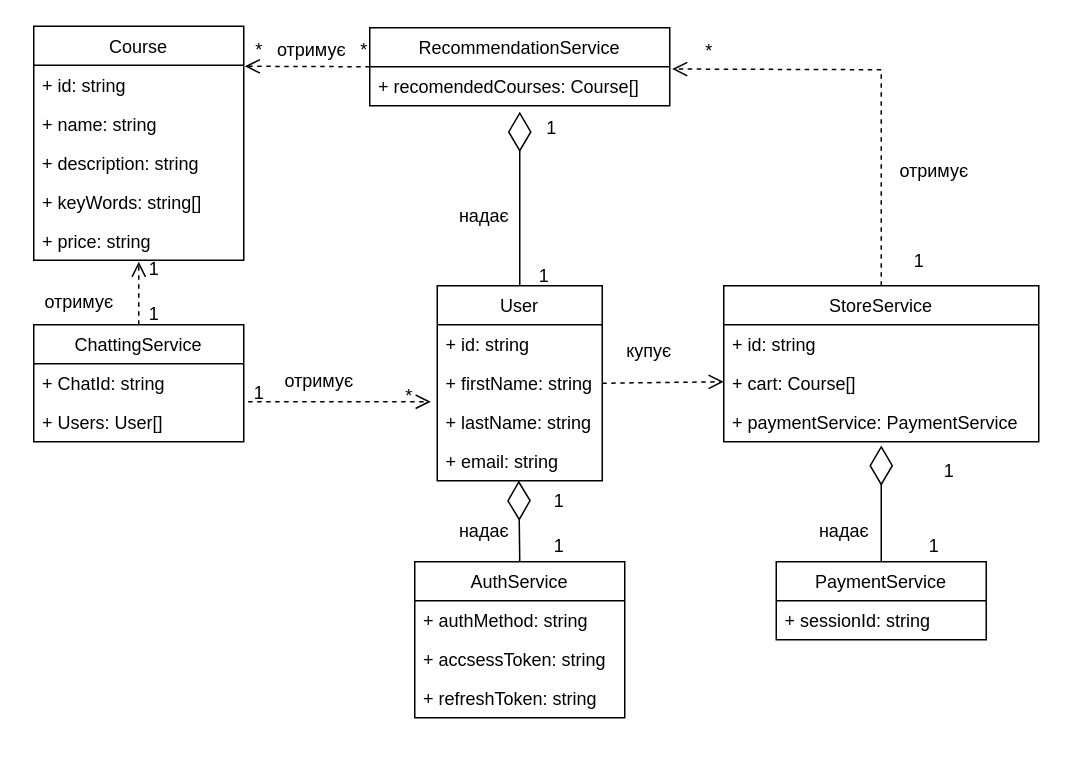
Before: 2-SoftwareDesign/2.1-UMLConceptClasses/UMLConceptClasses.drawio in oleksandrblazhko/ai202-bodnar, a draw.io diagram. Source tidied: cells renumbered, new cells numbered last; positions are measured from the earlier drawing's top-left corner, leaving out a move shared by most shapes. Both pictures are drawn from the tidied source at 150%, with x=0, y=0 at pixel (26, 26).
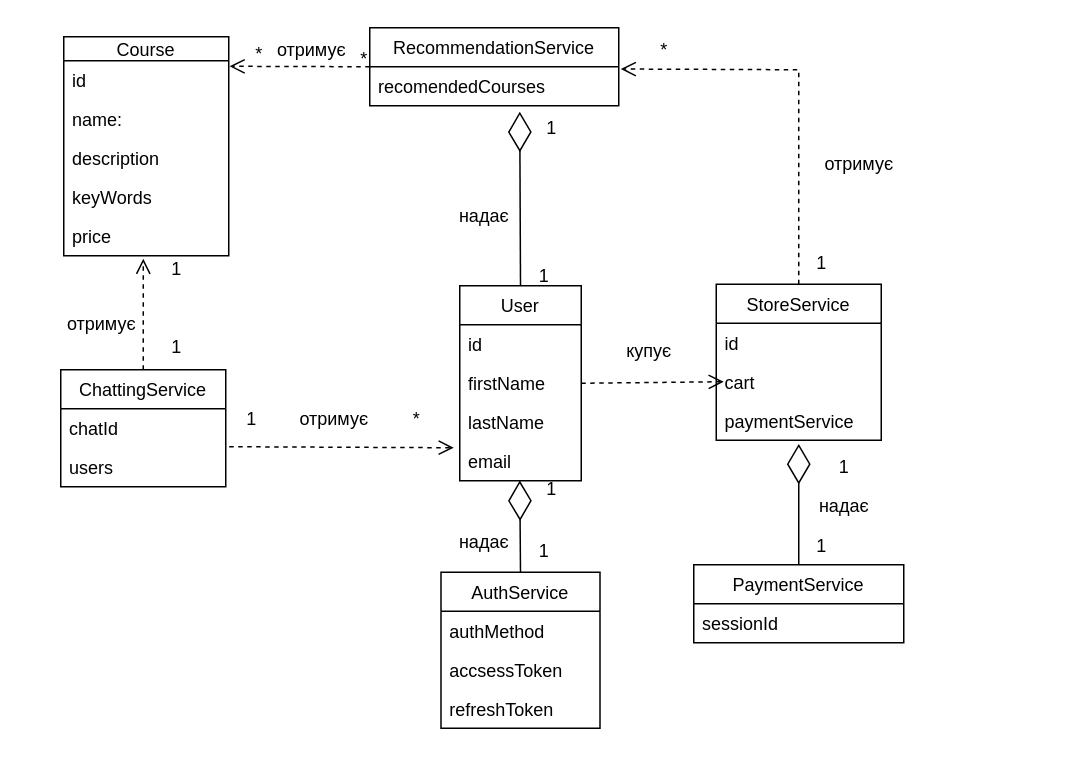
The same page after the edit.

Commit message (it also covers changes not shown here):
fix: uml concept classes diagram edited

Diff of the diagram source:
```diff
@@
+    <mxCell id="44" value="отримує" style="text;html=1;align=center;verticalAlign=middle;strokeColor=none;fillColor=none;" parent="1" vertex="1">
+      <mxGeometry x="155" y="1" width="70" height="30" as="geometry" />
+    </mxCell>
     <mxCell id="2" value="PaymentService" style="swimlane;fontStyle=0;horizontal=1;startSize=26;fillColor=none;" parent="1" vertex="1">
-      <mxGeometry x="500" y="357" width="140" height="52" as="geometry" />
+      <mxGeometry x="445" y="359" width="140" height="52" as="geometry" />
     </mxCell>
-    <mxCell id="3" value="+ sessionId: string" style="text;strokeColor=none;fillColor=none;align=left;verticalAlign=top;spacingLeft=4;spacingRight=4;overflow=hidden;" parent="2" vertex="1">
+    <mxCell id="3" value="sessionId" style="text;strokeColor=none;fillColor=none;align=left;verticalAlign=top;spacingLeft=4;spacingRight=4;overflow=hidden;" parent="2" vertex="1">
       <mxGeometry y="26" width="140" height="26" as="geometry" />
     </mxCell>
     <mxCell id="4" value="User" style="swimlane;fontStyle=0;horizontal=1;startSize=26;fillColor=none;" parent="1" vertex="1">
-      <mxGeometry x="274" y="173" width="110" height="130" as="geometry" />
+      <mxGeometry x="289" y="173" width="81" height="130" as="geometry" />
     </mxCell>
-    <mxCell id="5" value="+ id: string" style="text;strokeColor=none;fillColor=none;align=left;verticalAlign=top;spacingLeft=4;spacingRight=4;overflow=hidden;" parent="4" vertex="1">
-      <mxGeometry y="26" width="110" height="26" as="geometry" />
+    <mxCell id="5" value="id" style="text;strokeColor=none;fillColor=none;align=left;verticalAlign=top;spacingLeft=4;spacingRight=4;overflow=hidden;" parent="4" vertex="1">
+      <mxGeometry y="26" width="81" height="26" as="geometry" />
     </mxCell>
-    <mxCell id="6" value="+ firstName: string" style="text;strokeColor=none;fillColor=none;align=left;verticalAlign=top;spacingLeft=4;spacingRight=4;overflow=hidden;points=[[0,0.5],[1,0.5]];portConstraint=eastwest;" parent="4" vertex="1">
-      <mxGeometry y="52" width="110" height="26" as="geometry" />
+    <mxCell id="6" value="firstName" style="text;strokeColor=none;fillColor=none;align=left;verticalAlign=top;spacingLeft=4;spacingRight=4;overflow=hidden;points=[[0,0.5],[1,0.5]];portConstraint=eastwest;" parent="4" vertex="1">
+      <mxGeometry y="52" width="81" height="26" as="geometry" />
     </mxCell>
-    <mxCell id="7" value="+ lastName: string" style="text;strokeColor=none;fillColor=none;align=left;verticalAlign=top;spacingLeft=4;spacingRight=4;overflow=hidden;" parent="4" vertex="1">
-      <mxGeometry y="78" width="110" height="26" as="geometry" />
+    <mxCell id="7" value="lastName" style="text;strokeColor=none;fillColor=none;align=left;verticalAlign=top;spacingLeft=4;spacingRight=4;overflow=hidden;" parent="4" vertex="1">
+      <mxGeometry y="78" width="81" height="26" as="geometry" />
     </mxCell>
-    <mxCell id="8" value="+ email: string" style="text;strokeColor=none;fillColor=none;align=left;verticalAlign=top;spacingLeft=4;spacingRight=4;overflow=hidden;points=[[0,0.5],[1,0.5]];portConstraint=eastwest;" parent="4" vertex="1">
-      <mxGeometry y="104" width="110" height="26" as="geometry" />
+    <mxCell id="8" value="email" style="text;strokeColor=none;fillColor=none;align=left;verticalAlign=top;spacingLeft=4;spacingRight=4;overflow=hidden;points=[[0,0.5],[1,0.5]];portConstraint=eastwest;" parent="4" vertex="1">
+      <mxGeometry y="104" width="81" height="26" as="geometry" />
     </mxCell>
-    <mxCell id="9" value="Course" style="swimlane;fontStyle=0;horizontal=1;startSize=26;fillColor=none;" parent="1" vertex="1">
-      <mxGeometry x="5" width="140" height="156" as="geometry" />
+    <mxCell id="9" value="Course" style="swimlane;fontStyle=0;horizontal=1;startSize=16;fillColor=none;" parent="1" vertex="1">
+      <mxGeometry x="25" y="7" width="110" height="146" as="geometry" />
     </mxCell>
-    <mxCell id="10" value="+ id: string" style="text;strokeColor=none;fillColor=none;align=left;verticalAlign=top;spacingLeft=4;spacingRight=4;overflow=hidden;points=[[0,0.5],[1,0.5]];portConstraint=eastwest;" parent="9" vertex="1">
-      <mxGeometry y="26" width="140" height="26" as="geometry" />
+    <mxCell id="10" value="id" style="text;strokeColor=none;fillColor=none;align=left;verticalAlign=top;spacingLeft=4;spacingRight=4;overflow=hidden;points=[[0,0.5],[1,0.5]];portConstraint=eastwest;" parent="9" vertex="1">
+      <mxGeometry y="16" width="110" height="26" as="geometry" />
     </mxCell>
-    <mxCell id="11" value="+ name: string" style="text;strokeColor=none;fillColor=none;align=left;verticalAlign=top;spacingLeft=4;spacingRight=4;overflow=hidden;" parent="9" vertex="1">
-      <mxGeometry y="52" width="140" height="26" as="geometry" />
+    <mxCell id="11" value="name:" style="text;strokeColor=none;fillColor=none;align=left;verticalAlign=top;spacingLeft=4;spacingRight=4;overflow=hidden;" parent="9" vertex="1">
+      <mxGeometry y="42" width="110" height="26" as="geometry" />
     </mxCell>
-    <mxCell id="12" value="+ description: string&#10;" style="text;strokeColor=none;fillColor=none;align=left;verticalAlign=top;spacingLeft=4;spacingRight=4;overflow=hidden;" parent="9" vertex="1">
-      <mxGeometry y="78" width="140" height="26" as="geometry" />
+    <mxCell id="12" value="description&#10;" style="text;strokeColor=none;fillColor=none;align=left;verticalAlign=top;spacingLeft=4;spacingRight=4;overflow=hidden;" parent="9" vertex="1">
+      <mxGeometry y="68" width="110" height="26" as="geometry" />
     </mxCell>
-    <mxCell id="13" value="+ keyWords: string[]" style="text;strokeColor=none;fillColor=none;align=left;verticalAlign=top;spacingLeft=4;spacingRight=4;overflow=hidden;" parent="9" vertex="1">
-      <mxGeometry y="104" width="140" height="26" as="geometry" />
+    <mxCell id="13" value="keyWords" style="text;strokeColor=none;fillColor=none;align=left;verticalAlign=top;spacingLeft=4;spacingRight=4;overflow=hidden;" parent="9" vertex="1">
+      <mxGeometry y="94" width="110" height="26" as="geometry" />
     </mxCell>
-    <mxCell id="14" value="+ price: string" style="text;strokeColor=none;fillColor=none;align=left;verticalAlign=top;spacingLeft=4;spacingRight=4;overflow=hidden;points=[[0,0.5],[1,0.5]];portConstraint=eastwest;" parent="9" vertex="1">
-      <mxGeometry y="130" width="140" height="26" as="geometry" />
+    <mxCell id="14" value="price" style="text;strokeColor=none;fillColor=none;align=left;verticalAlign=top;spacingLeft=4;spacingRight=4;overflow=hidden;points=[[0,0.5],[1,0.5]];portConstraint=eastwest;" parent="9" vertex="1">
+      <mxGeometry y="120" width="110" height="26" as="geometry" />
     </mxCell>
     <mxCell id="15" value="StoreService" style="swimlane;fontStyle=0;horizontal=1;startSize=26;fillColor=none;" parent="1" vertex="1">
-      <mxGeometry x="465" y="173" width="210" height="104" as="geometry" />
+      <mxGeometry x="460" y="172" width="110" height="104" as="geometry" />
     </mxCell>
-    <mxCell id="16" value="+ id: string" style="text;strokeColor=none;fillColor=none;align=left;verticalAlign=top;spacingLeft=4;spacingRight=4;overflow=hidden;" parent="15" vertex="1">
-      <mxGeometry y="26" width="210" height="26" as="geometry" />
+    <mxCell id="16" value="id" style="text;strokeColor=none;fillColor=none;align=left;verticalAlign=top;spacingLeft=4;spacingRight=4;overflow=hidden;" parent="15" vertex="1">
+      <mxGeometry y="26" width="110" height="26" as="geometry" />
     </mxCell>
-    <mxCell id="17" value="+ cart: Course[]&#10;" style="text;strokeColor=none;fillColor=none;align=left;verticalAlign=top;spacingLeft=4;spacingRight=4;overflow=hidden;" parent="15" vertex="1">
-      <mxGeometry y="52" width="210" height="26" as="geometry" />
+    <mxCell id="17" value="cart&#10;" style="text;strokeColor=none;fillColor=none;align=left;verticalAlign=top;spacingLeft=4;spacingRight=4;overflow=hidden;" parent="15" vertex="1">
+      <mxGeometry y="52" width="110" height="26" as="geometry" />
     </mxCell>
-    <mxCell id="18" value="+ paymentService: PaymentService" style="text;strokeColor=none;fillColor=none;align=left;verticalAlign=top;spacingLeft=4;spacingRight=4;overflow=hidden;points=[[0,0.5],[1,0.5]];portConstraint=eastwest;" parent="15" vertex="1">
-      <mxGeometry y="78" width="210" height="26" as="geometry" />
+    <mxCell id="18" value="paymentService" style="text;strokeColor=none;fillColor=none;align=left;verticalAlign=top;spacingLeft=4;spacingRight=4;overflow=hidden;points=[[0,0.5],[1,0.5]];portConstraint=eastwest;" parent="15" vertex="1">
+      <mxGeometry y="78" width="110" height="26" as="geometry" />
     </mxCell>
     <mxCell id="19" style="html=1;verticalAlign=bottom;endArrow=open;dashed=1;endSize=8;rounded=0;exitX=0.5;exitY=0;exitDx=0;exitDy=0;entryX=1.008;entryY=0.058;entryDx=0;entryDy=0;entryPerimeter=0;" parent="1" edge="1" source="15" target="27">
       <mxGeometry relative="1" as="geometry">
         <Array as="points">
-          <mxPoint x="570" y="29" />
+          <mxPoint x="515" y="29" />
         </Array>
       </mxGeometry>
     </mxCell>
     <mxCell id="20" value="AuthService" style="swimlane;fontStyle=0;horizontal=1;startSize=26;fillColor=none;" parent="1" vertex="1">
-      <mxGeometry x="259" y="357" width="140" height="104" as="geometry" />
+      <mxGeometry x="276.5" y="364" width="106" height="104" as="geometry" />
     </mxCell>
-    <mxCell id="21" value="+ authMethod: string" style="text;strokeColor=none;fillColor=none;align=left;verticalAlign=top;spacingLeft=4;spacingRight=4;overflow=hidden;" parent="20" vertex="1">
-      <mxGeometry y="26" width="140" height="26" as="geometry" />
+    <mxCell id="21" value="authMethod" style="text;strokeColor=none;fillColor=none;align=left;verticalAlign=top;spacingLeft=4;spacingRight=4;overflow=hidden;" parent="20" vertex="1">
+      <mxGeometry y="26" width="106" height="26" as="geometry" />
     </mxCell>
-    <mxCell id="22" value="+ accsessToken: string" style="text;strokeColor=none;fillColor=none;align=left;verticalAlign=top;spacingLeft=4;spacingRight=4;overflow=hidden;" parent="20" vertex="1">
-      <mxGeometry y="52" width="140" height="26" as="geometry" />
+    <mxCell id="22" value="accsessToken" style="text;strokeColor=none;fillColor=none;align=left;verticalAlign=top;spacingLeft=4;spacingRight=4;overflow=hidden;" parent="20" vertex="1">
+      <mxGeometry y="52" width="106" height="26" as="geometry" />
     </mxCell>
-    <mxCell id="23" value="+ refreshToken: string" style="text;strokeColor=none;fillColor=none;align=left;verticalAlign=top;spacingLeft=4;spacingRight=4;overflow=hidden;" parent="20" vertex="1">
-      <mxGeometry y="78" width="140" height="26" as="geometry" />
+    <mxCell id="23" value="refreshToken" style="text;strokeColor=none;fillColor=none;align=left;verticalAlign=top;spacingLeft=4;spacingRight=4;overflow=hidden;" parent="20" vertex="1">
+      <mxGeometry y="78" width="106" height="26" as="geometry" />
     </mxCell>
@@
     <mxCell id="26" value="RecommendationService" style="swimlane;fontStyle=0;horizontal=1;startSize=26;fillColor=none;" parent="1" vertex="1">
-      <mxGeometry x="229" y="1" width="200" height="52" as="geometry" />
+      <mxGeometry x="229" y="1" width="166" height="52" as="geometry" />
     </mxCell>
-    <mxCell id="27" value="+ recomendedCourses: Course[]" style="text;strokeColor=none;fillColor=none;align=left;verticalAlign=top;spacingLeft=4;spacingRight=4;overflow=hidden;points=[[0,0.5],[1,0.5]];portConstraint=eastwest;" parent="26" vertex="1">
-      <mxGeometry y="26" width="200" height="26" as="geometry" />
+    <mxCell id="27" value="recomendedCourses" style="text;strokeColor=none;fillColor=none;align=left;verticalAlign=top;spacingLeft=4;spacingRight=4;overflow=hidden;points=[[0,0.5],[1,0.5]];portConstraint=eastwest;" parent="26" vertex="1">
+      <mxGeometry y="26" width="166" height="26" as="geometry" />
     </mxCell>
-    <mxCell id="28" style="html=1;verticalAlign=bottom;endArrow=open;dashed=1;endSize=8;rounded=0;entryX=1.005;entryY=0.026;entryDx=0;entryDy=0;entryPerimeter=0;exitX=0;exitY=0.5;exitDx=0;exitDy=0;" parent="1" edge="1" source="26" target="10">
+    <mxCell id="28" style="html=1;verticalAlign=bottom;endArrow=open;dashed=1;endSize=8;rounded=0;entryX=1.005;entryY=0.142;entryDx=0;entryDy=0;entryPerimeter=0;exitX=0;exitY=0.5;exitDx=0;exitDy=0;" parent="1" edge="1" source="26" target="10">
       <mxGeometry relative="1" as="geometry" />
     </mxCell>
@@
     <mxCell id="31" value="ChattingService" style="swimlane;fontStyle=0;horizontal=1;startSize=26;fillColor=none;" parent="1" vertex="1">
-      <mxGeometry x="5" y="199" width="140" height="78" as="geometry" />
+      <mxGeometry x="23" y="229" width="110" height="78" as="geometry" />
     </mxCell>
-    <mxCell id="32" value="+ ChatId: string" style="text;strokeColor=none;fillColor=none;align=left;verticalAlign=top;spacingLeft=4;spacingRight=4;overflow=hidden;points=[[0,0.5],[1,0.5]];portConstraint=eastwest;" parent="31" vertex="1">
-      <mxGeometry y="26" width="140" height="26" as="geometry" />
+    <mxCell id="32" value="chatId" style="text;strokeColor=none;fillColor=none;align=left;verticalAlign=top;spacingLeft=4;spacingRight=4;overflow=hidden;points=[[0,0.5],[1,0.5]];portConstraint=eastwest;" parent="31" vertex="1">
+      <mxGeometry y="26" width="110" height="26" as="geometry" />
     </mxCell>
-    <mxCell id="33" value="+ Users: User[]" style="text;strokeColor=none;fillColor=none;align=left;verticalAlign=top;spacingLeft=4;spacingRight=4;overflow=hidden;" parent="31" vertex="1">
-      <mxGeometry y="52" width="140" height="26" as="geometry" />
+    <mxCell id="33" value="users" style="text;strokeColor=none;fillColor=none;align=left;verticalAlign=top;spacingLeft=4;spacingRight=4;overflow=hidden;" parent="31" vertex="1">
+      <mxGeometry y="52" width="110" height="26" as="geometry" />
     </mxCell>
-    <mxCell id="34" style="html=1;verticalAlign=bottom;endArrow=open;dashed=1;endSize=8;rounded=0;exitX=0.5;exitY=0;exitDx=0;exitDy=0;" parent="1" edge="1" source="31">
-      <mxGeometry relative="1" as="geometry">
-        <mxPoint x="75" y="157" as="targetPoint" />
-      </mxGeometry>
+    <mxCell id="34" style="html=1;verticalAlign=bottom;endArrow=open;dashed=1;endSize=8;rounded=0;exitX=0.5;exitY=0;exitDx=0;exitDy=0;entryX=0.482;entryY=1.077;entryDx=0;entryDy=0;entryPerimeter=0;" parent="1" edge="1" source="31" target="14">
+      <mxGeometry relative="1" as="geometry" />
     </mxCell>
-    <mxCell id="35" style="html=1;verticalAlign=bottom;endArrow=open;dashed=1;endSize=8;rounded=0;exitX=1.021;exitY=0.974;exitDx=0;exitDy=0;exitPerimeter=0;entryX=-0.039;entryY=0.974;entryDx=0;entryDy=0;entryPerimeter=0;" parent="1" edge="1" source="32" target="6">
-      <mxGeometry x="0.1" y="13" relative="1" as="geometry" />
+    <mxCell id="35" style="html=1;verticalAlign=bottom;endArrow=open;dashed=1;endSize=8;rounded=0;exitX=1.021;exitY=0.974;exitDx=0;exitDy=0;exitPerimeter=0;" parent="1" edge="1" source="32">
+      <mxGeometry x="0.1" y="13" relative="1" as="geometry">
+        <mxPoint x="285" y="281" as="targetPoint" />
+      </mxGeometry>
     </mxCell>
     <mxCell id="36" value="1" style="text;html=1;align=center;verticalAlign=middle;strokeColor=none;fillColor=none;" parent="1" vertex="1">
-      <mxGeometry x="140" y="230" width="30" height="30" as="geometry" />
+      <mxGeometry x="135" y="247" width="30" height="30" as="geometry" />
     </mxCell>
     <mxCell id="37" value="*" style="text;html=1;align=center;verticalAlign=middle;strokeColor=none;fillColor=none;" parent="1" vertex="1">
-      <mxGeometry x="240" y="232" width="30" height="30" as="geometry" />
+      <mxGeometry x="245" y="247" width="30" height="30" as="geometry" />
     </mxCell>
     <mxCell id="38" value="*" style="text;html=1;align=center;verticalAlign=middle;strokeColor=none;fillColor=none;" parent="1" vertex="1">
-      <mxGeometry x="210" y="1" width="30" height="30" as="geometry" />
+      <mxGeometry x="210" y="7" width="30" height="30" as="geometry" />
     </mxCell>
     <mxCell id="39" value="*" style="text;html=1;align=center;verticalAlign=middle;strokeColor=none;fillColor=none;" parent="1" vertex="1">
-      <mxGeometry x="140" y="1" width="30" height="30" as="geometry" />
+      <mxGeometry x="140" y="4" width="30" height="30" as="geometry" />
     </mxCell>
-    <mxCell id="40" value="1" style="text;html=1;align=center;verticalAlign=middle;strokeColor=none;fillColor=none;" parent="1" vertex="1">
-      <mxGeometry x="70" y="177" width="30" height="30" as="geometry" />
-    </mxCell>
     <mxCell id="41" value="1" style="text;html=1;align=center;verticalAlign=middle;strokeColor=none;fillColor=none;" parent="1" vertex="1">
-      <mxGeometry x="70" y="147" width="30" height="30" as="geometry" />
+      <mxGeometry x="85" y="147" width="30" height="30" as="geometry" />
     </mxCell>
     <mxCell id="42" value="отримує" style="text;html=1;align=center;verticalAlign=middle;strokeColor=none;fillColor=none;" parent="1" vertex="1">
-      <mxGeometry x="160" y="222" width="70" height="30" as="geometry" />
+      <mxGeometry x="170" y="247" width="70" height="30" as="geometry" />
     </mxCell>
     <mxCell id="43" value="отримує" style="text;html=1;align=center;verticalAlign=middle;strokeColor=none;fillColor=none;" parent="1" vertex="1">
-      <mxGeometry y="169" width="70" height="30" as="geometry" />
+      <mxGeometry x="15" y="184" width="70" height="30" as="geometry" />
     </mxCell>
-    <mxCell id="44" value="отримує" style="text;html=1;align=center;verticalAlign=middle;strokeColor=none;fillColor=none;" parent="1" vertex="1">
-      <mxGeometry x="155" y="1" width="70" height="30" as="geometry" />
-    </mxCell>
@@
     <mxCell id="48" value="1" style="text;html=1;align=center;verticalAlign=middle;strokeColor=none;fillColor=none;" parent="1" vertex="1">
-      <mxGeometry x="340" y="332" width="30" height="30" as="geometry" />
+      <mxGeometry x="330" y="335" width="30" height="30" as="geometry" />
     </mxCell>
     <mxCell id="49" value="1" style="text;html=1;align=center;verticalAlign=middle;strokeColor=none;fillColor=none;" parent="1" vertex="1">
-      <mxGeometry x="340" y="302" width="30" height="30" as="geometry" />
+      <mxGeometry x="335" y="294" width="30" height="30" as="geometry" />
     </mxCell>
     <mxCell id="50" value="1" style="text;html=1;align=center;verticalAlign=middle;strokeColor=none;fillColor=none;" parent="1" vertex="1">
-      <mxGeometry x="590" y="332" width="30" height="30" as="geometry" />
+      <mxGeometry x="515" y="332" width="30" height="30" as="geometry" />
     </mxCell>
     <mxCell id="51" value="1" style="text;html=1;align=center;verticalAlign=middle;strokeColor=none;fillColor=none;" parent="1" vertex="1">
-      <mxGeometry x="600" y="282" width="30" height="30" as="geometry" />
+      <mxGeometry x="530" y="279" width="30" height="30" as="geometry" />
     </mxCell>
     <mxCell id="52" value="*" style="text;html=1;align=center;verticalAlign=middle;strokeColor=none;fillColor=none;" parent="1" vertex="1">
-      <mxGeometry x="440" y="2" width="30" height="30" as="geometry" />
+      <mxGeometry x="410" y="1" width="30" height="30" as="geometry" />
     </mxCell>
     <mxCell id="53" value="1" style="text;html=1;align=center;verticalAlign=middle;strokeColor=none;fillColor=none;" parent="1" vertex="1">
-      <mxGeometry x="580" y="142" width="30" height="30" as="geometry" />
+      <mxGeometry x="515" y="143" width="30" height="30" as="geometry" />
     </mxCell>
     <mxCell id="54" value="отримує" style="text;html=1;align=center;verticalAlign=middle;strokeColor=none;fillColor=none;" parent="1" vertex="1">
-      <mxGeometry x="570" y="82" width="70" height="30" as="geometry" />
+      <mxGeometry x="520" y="77" width="70" height="30" as="geometry" />
     </mxCell>
     <mxCell id="55" value="надає" style="text;html=1;align=center;verticalAlign=middle;strokeColor=none;fillColor=none;" parent="1" vertex="1">
-      <mxGeometry x="275" y="322" width="60" height="30" as="geometry" />
+      <mxGeometry x="275" y="329" width="60" height="30" as="geometry" />
     </mxCell>
     <mxCell id="56" value="надає" style="text;html=1;align=center;verticalAlign=middle;strokeColor=none;fillColor=none;" parent="1" vertex="1">
-      <mxGeometry x="515" y="322" width="60" height="30" as="geometry" />
+      <mxGeometry x="515" y="305" width="60" height="30" as="geometry" />
     </mxCell>
@@
+    <mxCell id="40" value="1" style="text;html=1;align=center;verticalAlign=middle;strokeColor=none;fillColor=none;" parent="1" vertex="1">
+      <mxGeometry x="85" y="199" width="30" height="30" as="geometry" />
+    </mxCell>
```
